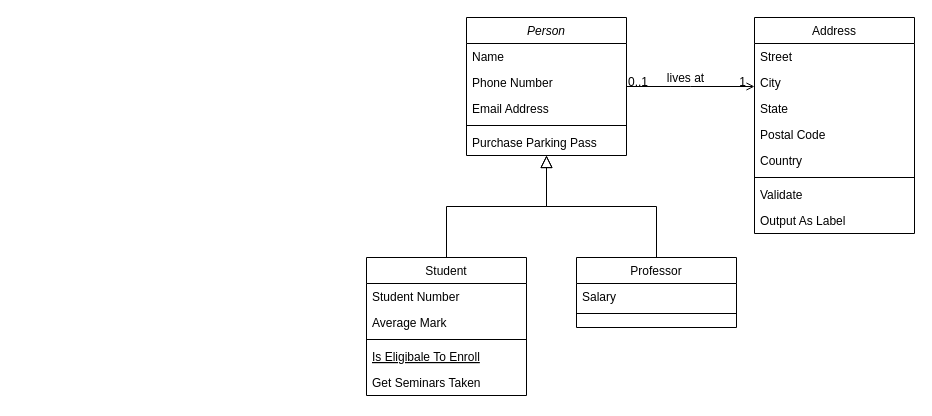
The draw.io diagram _draft/severityMatrix.drawio in z2/z2.github.io, before the edit. Source tidied: cells renumbered, new cells numbered last; positions are measured from the earlier drawing's top-left corner, leaving out a move shared by most shapes. Both pictures are drawn from the tidied source at 100%, with x=0, y=0 at pixel (366, 17).
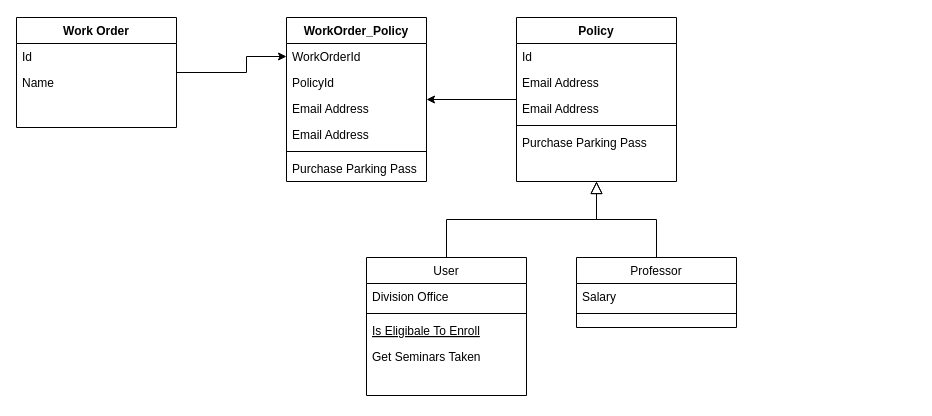
The same page after the edit.

Change to the diagram source:
```diff
@@
+    <mxCell id="32" style="edgeStyle=orthogonalEdgeStyle;rounded=0;jettySize=auto;html=1;" parent="1" edge="1" source="2" target="37">
+      <mxGeometry relative="1" as="geometry" />
+    </mxCell>
-    <mxCell id="2" value="Person" style="swimlane;fontStyle=2;align=center;verticalAlign=top;horizontal=1;startSize=26;rounded=0;shadow=0;strokeWidth=1;" parent="1" vertex="1">
-      <mxGeometry x="100" width="160" height="138" as="geometry" />
+    <mxCell id="2" value="Policy" style="swimlane;fontStyle=1;align=center;verticalAlign=top;horizontal=1;startSize=26;rounded=0;shadow=0;strokeWidth=1;" parent="1" vertex="1">
+      <mxGeometry x="150" width="160" height="164" as="geometry" />
     </mxCell>
-    <mxCell id="3" value="Name" style="text;align=left;verticalAlign=top;spacingLeft=4;spacingRight=4;overflow=hidden;" parent="2" vertex="1">
-      <mxGeometry y="26" width="160" height="26" as="geometry" />
-    </mxCell>
-    <mxCell id="4" value="Phone Number" style="text;align=left;verticalAlign=top;spacingLeft=4;spacingRight=4;overflow=hidden;rounded=0;shadow=0;html=0;" parent="2" vertex="1">
-      <mxGeometry y="52" width="160" height="26" as="geometry" />
-    </mxCell>
+    <mxCell id="33" value="Id" style="text;align=left;verticalAlign=top;spacingLeft=4;spacingRight=4;overflow=hidden;rounded=0;shadow=0;html=0;" parent="2" vertex="1">
+      <mxGeometry y="26" width="160" height="26" as="geometry" />
+    </mxCell>
+    <mxCell id="34" value="Email Address" style="text;align=left;verticalAlign=top;spacingLeft=4;spacingRight=4;overflow=hidden;rounded=0;shadow=0;html=0;" parent="2" vertex="1">
+      <mxGeometry y="52" width="160" height="26" as="geometry" />
+    </mxCell>
@@
-    <mxCell id="8" value="Student" style="swimlane;fontStyle=0;align=center;verticalAlign=top;horizontal=1;startSize=26;rounded=0;shadow=0;strokeWidth=1;" parent="1" vertex="1">
+    <mxCell id="8" value="User&#10;" style="swimlane;fontStyle=0;align=center;verticalAlign=top;horizontal=1;startSize=26;rounded=0;shadow=0;strokeWidth=1;" parent="1" vertex="1">
       <mxGeometry y="240" width="160" height="138" as="geometry" />
     </mxCell>
-    <mxCell id="9" value="Student Number" style="text;align=left;verticalAlign=top;spacingLeft=4;spacingRight=4;overflow=hidden;" parent="8" vertex="1">
-      <mxGeometry y="26" width="160" height="26" as="geometry" />
-    </mxCell>
-    <mxCell id="10" value="Average Mark" style="text;align=left;verticalAlign=top;spacingLeft=4;spacingRight=4;overflow=hidden;rounded=0;shadow=0;html=0;" parent="8" vertex="1">
-      <mxGeometry y="52" width="160" height="26" as="geometry" />
+    <mxCell id="10" value="Division Office" style="text;align=left;verticalAlign=top;spacingLeft=4;spacingRight=4;overflow=hidden;rounded=0;shadow=0;html=0;" parent="8" vertex="1">
+      <mxGeometry y="26" width="160" height="26" as="geometry" />
     </mxCell>
     <mxCell id="11" style="line;html=1;strokeWidth=1;align=left;verticalAlign=middle;spacingTop=-1;spacingLeft=3;spacingRight=3;labelPosition=right;" parent="8" vertex="1">
-      <mxGeometry y="78" width="160" height="8" as="geometry" />
+      <mxGeometry y="52" width="160" height="8" as="geometry" />
     </mxCell>
     <mxCell id="12" value="Is Eligibale To Enroll" style="text;align=left;verticalAlign=top;spacingLeft=4;spacingRight=4;overflow=hidden;fontStyle=4;" parent="8" vertex="1">
-      <mxGeometry y="86" width="160" height="26" as="geometry" />
+      <mxGeometry y="60" width="160" height="26" as="geometry" />
     </mxCell>
     <mxCell id="13" value="Get Seminars Taken" style="text;align=left;verticalAlign=top;spacingLeft=4;spacingRight=4;overflow=hidden;" parent="8" vertex="1">
-      <mxGeometry y="112" width="160" height="26" as="geometry" />
+      <mxGeometry y="86" width="160" height="26" as="geometry" />
     </mxCell>
@@
+    <mxCell id="35" style="edgeStyle=orthogonalEdgeStyle;rounded=0;jettySize=auto;html=1;" parent="1" edge="1" source="19" target="38">
+      <mxGeometry relative="1" as="geometry">
+        <Array as="points">
+          <mxPoint x="-120" y="55" />
+        </Array>
+      </mxGeometry>
+    </mxCell>
-    <mxCell id="19" value="Address" style="swimlane;fontStyle=0;align=center;verticalAlign=top;horizontal=1;startSize=26;rounded=0;shadow=0;strokeWidth=1;" parent="1" vertex="1">
-      <mxGeometry x="388" width="160" height="216" as="geometry" />
+    <mxCell id="19" value="Work Order" style="swimlane;fontStyle=1;align=center;verticalAlign=top;horizontal=1;startSize=26;rounded=0;shadow=0;strokeWidth=1;" parent="1" vertex="1">
+      <mxGeometry x="-350" width="160" height="110" as="geometry" />
     </mxCell>
-    <mxCell id="20" value="Street" style="text;align=left;verticalAlign=top;spacingLeft=4;spacingRight=4;overflow=hidden;" parent="19" vertex="1">
-      <mxGeometry y="26" width="160" height="26" as="geometry" />
-    </mxCell>
-    <mxCell id="21" value="City" style="text;align=left;verticalAlign=top;spacingLeft=4;spacingRight=4;overflow=hidden;rounded=0;shadow=0;html=0;" parent="19" vertex="1">
-      <mxGeometry y="52" width="160" height="26" as="geometry" />
-    </mxCell>
-    <mxCell id="22" value="State" style="text;align=left;verticalAlign=top;spacingLeft=4;spacingRight=4;overflow=hidden;rounded=0;shadow=0;html=0;" parent="19" vertex="1">
-      <mxGeometry y="78" width="160" height="26" as="geometry" />
-    </mxCell>
-    <mxCell id="23" value="Postal Code" style="text;align=left;verticalAlign=top;spacingLeft=4;spacingRight=4;overflow=hidden;rounded=0;shadow=0;html=0;" parent="19" vertex="1">
-      <mxGeometry y="104" width="160" height="26" as="geometry" />
-    </mxCell>
-    <mxCell id="24" value="Country" style="text;align=left;verticalAlign=top;spacingLeft=4;spacingRight=4;overflow=hidden;rounded=0;shadow=0;html=0;" parent="19" vertex="1">
-      <mxGeometry y="130" width="160" height="26" as="geometry" />
-    </mxCell>
-    <mxCell id="25" style="line;html=1;strokeWidth=1;align=left;verticalAlign=middle;spacingTop=-1;spacingLeft=3;spacingRight=3;labelPosition=right;" parent="19" vertex="1">
-      <mxGeometry y="156" width="160" height="8" as="geometry" />
-    </mxCell>
-    <mxCell id="26" value="Validate" style="text;align=left;verticalAlign=top;spacingLeft=4;spacingRight=4;overflow=hidden;" parent="19" vertex="1">
-      <mxGeometry y="164" width="160" height="26" as="geometry" />
-    </mxCell>
-    <mxCell id="27" value="Output As Label" style="text;align=left;verticalAlign=top;spacingLeft=4;spacingRight=4;overflow=hidden;" parent="19" vertex="1">
-      <mxGeometry y="190" width="160" height="26" as="geometry" />
-    </mxCell>
-    <mxCell id="28" style="endArrow=open;shadow=0;strokeWidth=1;rounded=0;endFill=1;edgeStyle=elbowEdgeStyle;elbow=vertical;" parent="1" edge="1" source="2" target="19">
-      <mxGeometry x="0.5" y="41" relative="1" as="geometry">
-        <mxPoint x="-40" y="32" as="offset" />
-      </mxGeometry>
-    </mxCell>
-    <mxCell id="29" value="0..1" style="align=left;verticalAlign=bottom;labelBackgroundColor=none;fontSize=12;" parent="28" vertex="1">
-      <mxGeometry x="-1" relative="1" as="geometry">
-        <mxPoint y="4" as="offset" />
-      </mxGeometry>
-    </mxCell>
-    <mxCell id="30" value="1" style="align=right;verticalAlign=bottom;labelBackgroundColor=none;fontSize=12;" parent="28" vertex="1">
-      <mxGeometry x="1" relative="1" as="geometry">
-        <mxPoint x="-7" y="4" as="offset" />
-      </mxGeometry>
-    </mxCell>
-    <mxCell id="31" value="lives at" style="text;html=1;align=center;verticalAlign=middle;labelBackgroundColor=none;rounded=0;shadow=0;strokeWidth=1;fontSize=12;" parent="28" vertex="1">
-      <mxGeometry x="0.5" y="49" relative="1" as="geometry">
-        <mxPoint x="-38" y="40" as="offset" />
-      </mxGeometry>
-    </mxCell>
+    <mxCell id="36" value="Id" style="text;align=left;verticalAlign=top;spacingLeft=4;spacingRight=4;overflow=hidden;rounded=0;shadow=0;html=0;" parent="19" vertex="1">
+      <mxGeometry y="26" width="160" height="26" as="geometry" />
+    </mxCell>
+    <mxCell id="3" value="Name" style="text;align=left;verticalAlign=top;spacingLeft=4;spacingRight=4;overflow=hidden;rounded=0;shadow=0;html=0;" parent="19" vertex="1">
+      <mxGeometry y="52" width="160" height="26" as="geometry" />
+    </mxCell>
+    <mxCell id="37" value="WorkOrder_Policy" style="swimlane;fontStyle=1;align=center;verticalAlign=top;horizontal=1;startSize=26;rounded=0;shadow=0;strokeWidth=1;" parent="1" vertex="1">
+      <mxGeometry x="-80" width="140" height="164" as="geometry" />
+    </mxCell>
+    <mxCell id="38" value="WorkOrderId" style="text;align=left;verticalAlign=top;spacingLeft=4;spacingRight=4;overflow=hidden;points=[[0,0.5],[1,0.5]];portConstraint=eastwest;rounded=0;shadow=0;html=0;" parent="37" vertex="1">
+      <mxGeometry y="26" width="140" height="26" as="geometry" />
+    </mxCell>
+    <mxCell id="39" value="PolicyId" style="text;align=left;verticalAlign=top;spacingLeft=4;spacingRight=4;overflow=hidden;rounded=0;shadow=0;html=0;" parent="37" vertex="1">
+      <mxGeometry y="52" width="140" height="26" as="geometry" />
+    </mxCell>
+    <mxCell id="40" value="Email Address" style="text;align=left;verticalAlign=top;spacingLeft=4;spacingRight=4;overflow=hidden;rounded=0;shadow=0;html=0;" parent="37" vertex="1">
+      <mxGeometry y="78" width="140" height="26" as="geometry" />
+    </mxCell>
+    <mxCell id="41" value="Email Address" style="text;align=left;verticalAlign=top;spacingLeft=4;spacingRight=4;overflow=hidden;rounded=0;shadow=0;html=0;" parent="37" vertex="1">
+      <mxGeometry y="104" width="140" height="26" as="geometry" />
+    </mxCell>
+    <mxCell id="42" style="line;html=1;strokeWidth=1;align=left;verticalAlign=middle;spacingTop=-1;spacingLeft=3;spacingRight=3;labelPosition=right;" parent="37" vertex="1">
+      <mxGeometry y="130" width="140" height="8" as="geometry" />
+    </mxCell>
+    <mxCell id="43" value="Purchase Parking Pass" style="text;align=left;verticalAlign=top;spacingLeft=4;spacingRight=4;overflow=hidden;" parent="37" vertex="1">
+      <mxGeometry y="138" width="140" height="26" as="geometry" />
+    </mxCell>
```
